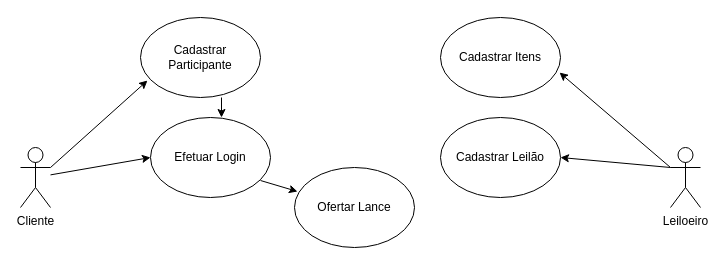
This is Leilão Via Internet.drawio from ArcanjoDaGuarda/AnjoProjetos, a draw.io file, before an edit. Source tidied: cells renumbered, new cells numbered last; positions are measured from the earlier drawing's top-left corner, leaving out a move shared by most shapes. Both pictures are drawn from the tidied source at 100%, with x=0, y=0 at pixel (20, 17).
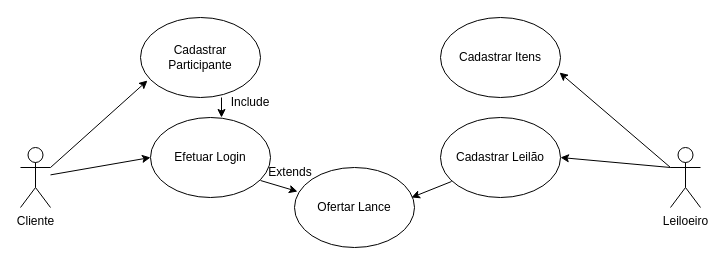
Above is the later version.

The edit, as a diff of the source:
```diff
@@
 <mxGraphModel>
   <root>
     <mxCell id="0" />
     <mxCell id="1" parent="0" />
     <mxCell id="2" value="Cadastrar Participante" style="ellipse;whiteSpace=wrap;html=1;" parent="1" vertex="1">
       <mxGeometry x="120" width="120" height="80" as="geometry" />
     </mxCell>
     <mxCell id="3" value="Efetuar Login" style="ellipse;whiteSpace=wrap;html=1;" parent="1" vertex="1">
       <mxGeometry x="130" y="100" width="120" height="80" as="geometry" />
     </mxCell>
     <mxCell id="4" value="Ofertar Lance" style="ellipse;whiteSpace=wrap;html=1;" parent="1" vertex="1">
       <mxGeometry x="274" y="150" width="120" height="80" as="geometry" />
     </mxCell>
     <mxCell id="5" value="Cliente" style="shape=umlActor;verticalLabelPosition=bottom;verticalAlign=top;html=1;outlineConnect=0;" parent="1" vertex="1">
       <mxGeometry y="130" width="30" height="60" as="geometry" />
     </mxCell>
     <mxCell id="6" value="Cadastrar Itens" style="ellipse;whiteSpace=wrap;html=1;" parent="1" vertex="1">
       <mxGeometry x="420" width="120" height="80" as="geometry" />
     </mxCell>
     <mxCell id="7" value="Cadastrar Leilão" style="ellipse;whiteSpace=wrap;html=1;" parent="1" vertex="1">
       <mxGeometry x="420" y="100" width="120" height="80" as="geometry" />
     </mxCell>
     <mxCell id="8" value="Leiloeiro" style="shape=umlActor;verticalLabelPosition=bottom;verticalAlign=top;html=1;outlineConnect=0;" parent="1" vertex="1">
       <mxGeometry x="650" y="130" width="30" height="60" as="geometry" />
     </mxCell>
     <mxCell id="9" style="endArrow=classic;html=1;rounded=0;exitX=1;exitY=0.3333333333333333;exitDx=0;exitDy=0;exitPerimeter=0;entryX=0.058;entryY=0.788;entryDx=0;entryDy=0;entryPerimeter=0;" parent="1" edge="1" source="5" target="2">
       <mxGeometry relative="1" as="geometry" />
     </mxCell>
     <mxCell id="10" style="endArrow=classic;html=1;rounded=0;entryX=0;entryY=0.5;entryDx=0;entryDy=0;" parent="1" edge="1" source="5" target="3">
       <mxGeometry relative="1" as="geometry" />
     </mxCell>
     <mxCell id="11" style="endArrow=classic;html=1;rounded=0;exitX=0;exitY=0.3333333333333333;exitDx=0;exitDy=0;exitPerimeter=0;entryX=1;entryY=0.5;entryDx=0;entryDy=0;" parent="1" edge="1" source="8" target="7">
       <mxGeometry relative="1" as="geometry" />
     </mxCell>
     <mxCell id="12" style="endArrow=classic;html=1;rounded=0;exitX=0;exitY=0.3333333333333333;exitDx=0;exitDy=0;exitPerimeter=0;entryX=0.992;entryY=0.688;entryDx=0;entryDy=0;entryPerimeter=0;" parent="1" edge="1" source="8" target="6">
       <mxGeometry relative="1" as="geometry" />
     </mxCell>
     <mxCell id="13" style="endArrow=classic;html=1;rounded=0;exitX=0.95;exitY=0.788;exitDx=0;exitDy=0;exitPerimeter=0;entryX=0.058;entryY=0.3;entryDx=0;entryDy=0;entryPerimeter=0;" parent="1" edge="1">
       <mxGeometry relative="1" as="geometry">
         <mxPoint x="240" y="163" as="sourcePoint" />
         <mxPoint x="277" y="174" as="targetPoint" />
       </mxGeometry>
     </mxCell>
     <mxCell id="14" style="endArrow=classic;html=1;rounded=0;exitX=0.675;exitY=1;exitDx=0;exitDy=0;exitPerimeter=0;" parent="1" edge="1" source="2">
       <mxGeometry relative="1" as="geometry">
         <mxPoint x="201" y="100" as="targetPoint" />
       </mxGeometry>
     </mxCell>
+    <mxCell id="15" style="endArrow=classic;html=1;rounded=0;exitX=0.092;exitY=0.8;exitDx=0;exitDy=0;exitPerimeter=0;entryX=0.975;entryY=0.375;entryDx=0;entryDy=0;entryPerimeter=0;" parent="1" edge="1" source="7" target="4">
+      <mxGeometry relative="1" as="geometry" />
+    </mxCell>
+    <mxCell id="16" value="Include" style="text;html=1;strokeColor=none;fillColor=none;align=center;verticalAlign=middle;whiteSpace=wrap;rounded=0;" parent="1" vertex="1">
+      <mxGeometry x="200" y="70" width="60" height="30" as="geometry" />
+    </mxCell>
+    <mxCell id="17" value="Extends" style="text;html=1;strokeColor=none;fillColor=none;align=center;verticalAlign=middle;whiteSpace=wrap;rounded=0;" parent="1" vertex="1">
+      <mxGeometry x="240" y="140" width="60" height="30" as="geometry" />
+    </mxCell>
   </root>
 </mxGraphModel>
```
